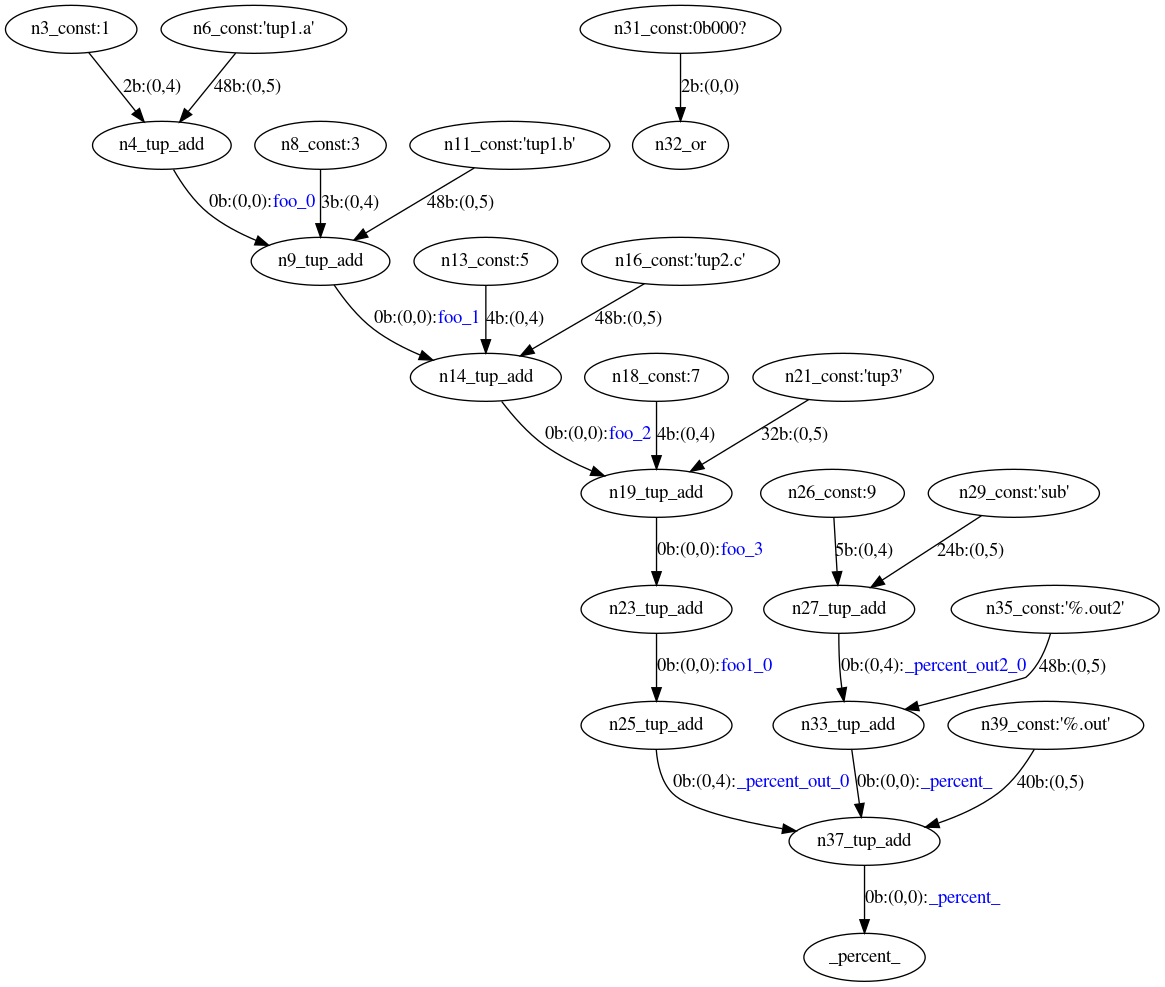
hliu35/livehd-jupyter keeps this Graphviz diagram as hier_tuple_io.png. Above is the earlier version. Its source is kept beside it as hier_tuple_io.dot. The source it was exported from:
```dot
digraph {
 n3_const_lghier_tuple_io [label=<n3_const:1>];
 n3_const_lghier_tuple_io->n4_tup_add_lghier_tuple_io[label=<2b:(0,4)>];
 n4_tup_add_lghier_tuple_io [label=<n4_tup_add>];
 n4_tup_add_lghier_tuple_io->n9_tup_add_lghier_tuple_io[label=<0b:(0,0):<font color="#0000ff">foo_0</font>>];
 n6_const_lghier_tuple_io [label=<n6_const:'tup1.a'>];
 n6_const_lghier_tuple_io->n4_tup_add_lghier_tuple_io[label=<48b:(0,5)>];
 n8_const_lghier_tuple_io [label=<n8_const:3>];
 n8_const_lghier_tuple_io->n9_tup_add_lghier_tuple_io[label=<3b:(0,4)>];
 n9_tup_add_lghier_tuple_io [label=<n9_tup_add>];
 n9_tup_add_lghier_tuple_io->n14_tup_add_lghier_tuple_io[label=<0b:(0,0):<font color="#0000ff">foo_1</font>>];
 n11_const_lghier_tuple_io [label=<n11_const:'tup1.b'>];
 n11_const_lghier_tuple_io->n9_tup_add_lghier_tuple_io[label=<48b:(0,5)>];
 n13_const_lghier_tuple_io [label=<n13_const:5>];
 n13_const_lghier_tuple_io->n14_tup_add_lghier_tuple_io[label=<4b:(0,4)>];
 n14_tup_add_lghier_tuple_io [label=<n14_tup_add>];
 n14_tup_add_lghier_tuple_io->n19_tup_add_lghier_tuple_io[label=<0b:(0,0):<font color="#0000ff">foo_2</font>>];
 n16_const_lghier_tuple_io [label=<n16_const:'tup2.c'>];
 n16_const_lghier_tuple_io->n14_tup_add_lghier_tuple_io[label=<48b:(0,5)>];
 n18_const_lghier_tuple_io [label=<n18_const:7>];
 n18_const_lghier_tuple_io->n19_tup_add_lghier_tuple_io[label=<4b:(0,4)>];
 n19_tup_add_lghier_tuple_io [label=<n19_tup_add>];
 n19_tup_add_lghier_tuple_io->n23_tup_add_lghier_tuple_io[label=<0b:(0,0):<font color="#0000ff">foo_3</font>>];
 n21_const_lghier_tuple_io [label=<n21_const:'tup3'>];
 n21_const_lghier_tuple_io->n19_tup_add_lghier_tuple_io[label=<32b:(0,5)>];
 n23_tup_add_lghier_tuple_io [label=<n23_tup_add>];
 n23_tup_add_lghier_tuple_io->n25_tup_add_lghier_tuple_io[label=<0b:(0,0):<font color="#0000ff">foo1_0</font>>];
 n25_tup_add_lghier_tuple_io [label=<n25_tup_add>];
 n25_tup_add_lghier_tuple_io->n37_tup_add_lghier_tuple_io[label=<0b:(0,4):<font color="#0000ff">_percent_out_0</font>>];
 n26_const_lghier_tuple_io [label=<n26_const:9>];
 n26_const_lghier_tuple_io->n27_tup_add_lghier_tuple_io[label=<5b:(0,4)>];
 n27_tup_add_lghier_tuple_io [label=<n27_tup_add>];
 n27_tup_add_lghier_tuple_io->n33_tup_add_lghier_tuple_io[label=<0b:(0,4):<font color="#0000ff">_percent_out2_0</font>>];
 n29_const_lghier_tuple_io [label=<n29_const:'sub'>];
 n29_const_lghier_tuple_io->n27_tup_add_lghier_tuple_io[label=<24b:(0,5)>];
 n31_const_lghier_tuple_io [label=<n31_const:0b000?>];
 n31_const_lghier_tuple_io->n32_or_lghier_tuple_io[label=<2b:(0,0)>];
 n32_or_lghier_tuple_io [label=<n32_or>];
 n33_tup_add_lghier_tuple_io [label=<n33_tup_add>];
 n33_tup_add_lghier_tuple_io->n37_tup_add_lghier_tuple_io[label=<0b:(0,0):<font color="#0000ff">_percent_</font>>];
 n35_const_lghier_tuple_io [label=<n35_const:'%.out2'>];
 n35_const_lghier_tuple_io->n33_tup_add_lghier_tuple_io[label=<48b:(0,5)>];
 n37_tup_add_lghier_tuple_io [label=<n37_tup_add>];
 n37_tup_add_lghier_tuple_io->_percent_[label=<0b:(0,0):<font color="#0000ff">_percent_</font>>];
 n39_const_lghier_tuple_io [label=<n39_const:'%.out'>];
 n39_const_lghier_tuple_io->n37_tup_add_lghier_tuple_io[label=<40b:(0,5)>];
}
```
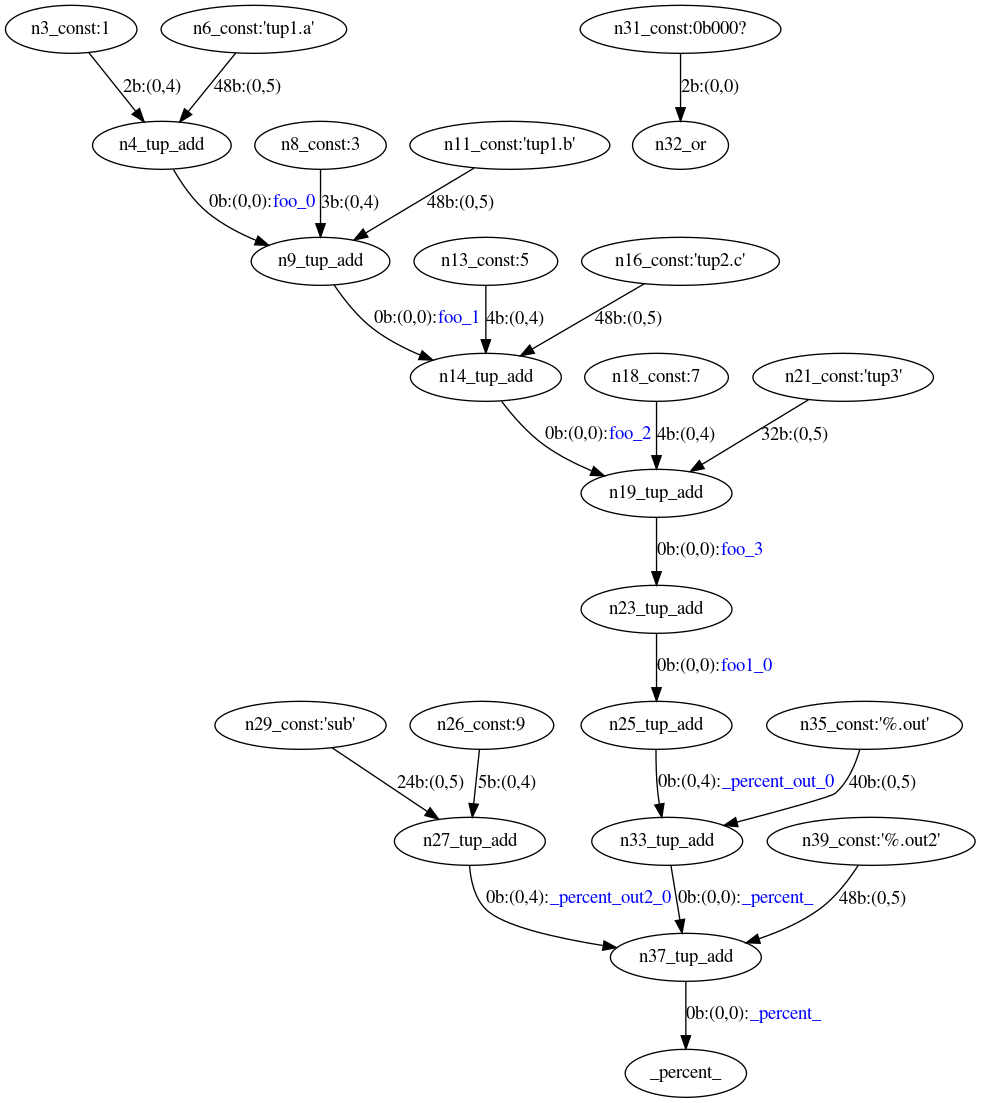
After the change.

Change to the diagram source:
```diff
@@ -26,11 +26,11 @@
  n23_tup_add_lghier_tuple_io [label=<n23_tup_add>];
  n23_tup_add_lghier_tuple_io->n25_tup_add_lghier_tuple_io[label=<0b:(0,0):<font color="#0000ff">foo1_0</font>>];
  n25_tup_add_lghier_tuple_io [label=<n25_tup_add>];
- n25_tup_add_lghier_tuple_io->n37_tup_add_lghier_tuple_io[label=<0b:(0,4):<font color="#0000ff">_percent_out_0</font>>];
+ n25_tup_add_lghier_tuple_io->n33_tup_add_lghier_tuple_io[label=<0b:(0,4):<font color="#0000ff">_percent_out_0</font>>];
  n26_const_lghier_tuple_io [label=<n26_const:9>];
  n26_const_lghier_tuple_io->n27_tup_add_lghier_tuple_io[label=<5b:(0,4)>];
  n27_tup_add_lghier_tuple_io [label=<n27_tup_add>];
- n27_tup_add_lghier_tuple_io->n33_tup_add_lghier_tuple_io[label=<0b:(0,4):<font color="#0000ff">_percent_out2_0</font>>];
+ n27_tup_add_lghier_tuple_io->n37_tup_add_lghier_tuple_io[label=<0b:(0,4):<font color="#0000ff">_percent_out2_0</font>>];
  n29_const_lghier_tuple_io [label=<n29_const:'sub'>];
  n29_const_lghier_tuple_io->n27_tup_add_lghier_tuple_io[label=<24b:(0,5)>];
  n31_const_lghier_tuple_io [label=<n31_const:0b000?>];
@@ -38,10 +38,10 @@
  n32_or_lghier_tuple_io [label=<n32_or>];
  n33_tup_add_lghier_tuple_io [label=<n33_tup_add>];
  n33_tup_add_lghier_tuple_io->n37_tup_add_lghier_tuple_io[label=<0b:(0,0):<font color="#0000ff">_percent_</font>>];
- n35_const_lghier_tuple_io [label=<n35_const:'%.out2'>];
- n35_const_lghier_tuple_io->n33_tup_add_lghier_tuple_io[label=<48b:(0,5)>];
+ n35_const_lghier_tuple_io [label=<n35_const:'%.out'>];
+ n35_const_lghier_tuple_io->n33_tup_add_lghier_tuple_io[label=<40b:(0,5)>];
  n37_tup_add_lghier_tuple_io [label=<n37_tup_add>];
  n37_tup_add_lghier_tuple_io->_percent_[label=<0b:(0,0):<font color="#0000ff">_percent_</font>>];
- n39_const_lghier_tuple_io [label=<n39_const:'%.out'>];
- n39_const_lghier_tuple_io->n37_tup_add_lghier_tuple_io[label=<40b:(0,5)>];
+ n39_const_lghier_tuple_io [label=<n39_const:'%.out2'>];
+ n39_const_lghier_tuple_io->n37_tup_add_lghier_tuple_io[label=<48b:(0,5)>];
 }
```
